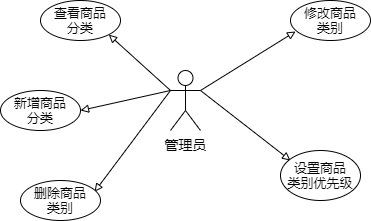
jpl007/HelloGit keeps this draw.io diagram as 管理员用例图.png. Above is the earlier version. Source tidied: cells renumbered, new cells last; positions are measured from the earlier drawing's top-left corner, leaving out a move shared by most shapes.
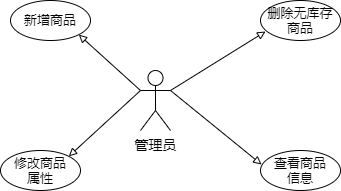
After the change.

What changed in the source:
```diff
@@ -5,7 +5,7 @@
     <mxCell id="2" value="&lt;font style=&quot;font-size: 14px&quot;&gt;管理员&lt;/font&gt;" style="shape=umlActor;verticalLabelPosition=bottom;verticalAlign=top;html=1;outlineConnect=0;" parent="1" vertex="1">
       <mxGeometry x="170" y="70" width="30" height="60" as="geometry" />
     </mxCell>
-    <mxCell id="3" value="&lt;font style=&quot;font-size: 13px&quot;&gt;查看商品&lt;br&gt;分类&lt;/font&gt;" style="ellipse;whiteSpace=wrap;html=1;" parent="1" vertex="1">
+    <mxCell id="3" value="&lt;span style=&quot;font-size: 13px&quot;&gt;新增商品&lt;/span&gt;" style="ellipse;whiteSpace=wrap;html=1;" parent="1" vertex="1">
       <mxGeometry x="40" width="80" height="40" as="geometry" />
     </mxCell>
     <mxCell id="4" style="endArrow=block;html=1;endFill=0;entryX=1;entryY=1;entryDx=0;entryDy=0;" parent="1" edge="1" target="3">
@@ -13,38 +13,25 @@
         <mxPoint x="170" y="90" as="sourcePoint" />
       </mxGeometry>
     </mxCell>
-    <mxCell id="5" style="endArrow=block;html=1;endFill=0;exitX=0;exitY=0.3333333333333333;exitDx=0;exitDy=0;exitPerimeter=0;entryX=1;entryY=0.5;entryDx=0;entryDy=0;" parent="1" edge="1" source="2">
-      <mxGeometry relative="1" as="geometry">
-        <mxPoint x="80" y="110" as="targetPoint" />
-      </mxGeometry>
+    <mxCell id="5" style="endArrow=block;html=1;endFill=0;exitX=0;exitY=0.3333333333333333;exitDx=0;exitDy=0;exitPerimeter=0;entryX=1;entryY=0;entryDx=0;entryDy=0;" parent="1" edge="1" source="2" target="9">
+      <mxGeometry relative="1" as="geometry" />
     </mxCell>
-    <mxCell id="6" style="endArrow=block;html=1;endFill=0;" parent="1" edge="1">
-      <mxGeometry relative="1" as="geometry">
-        <mxPoint x="170" y="90" as="sourcePoint" />
-        <mxPoint x="94" y="191.3" as="targetPoint" />
-      </mxGeometry>
-    </mxCell>
     <mxCell id="7" style="endArrow=block;html=1;endFill=0;entryX=0.063;entryY=0.775;entryDx=0;entryDy=0;entryPerimeter=0;exitX=1;exitY=0.3333333333333333;exitDx=0;exitDy=0;exitPerimeter=0;" parent="1" edge="1" source="2">
       <mxGeometry relative="1" as="geometry">
         <mxPoint x="295" y="31" as="targetPoint" />
       </mxGeometry>
     </mxCell>
-    <mxCell id="8" style="endArrow=block;html=1;endFill=0;exitX=1;exitY=0.3333333333333333;exitDx=0;exitDy=0;exitPerimeter=0;" parent="1" edge="1" source="2">
-      <mxGeometry relative="1" as="geometry">
-        <mxPoint x="290" y="160" as="targetPoint" />
-      </mxGeometry>
+    <mxCell id="8" style="endArrow=block;html=1;endFill=0;exitX=1;exitY=0.3333333333333333;exitDx=0;exitDy=0;exitPerimeter=0;entryX=0.013;entryY=0.35;entryDx=0;entryDy=0;entryPerimeter=0;" parent="1" edge="1" source="2" target="10">
+      <mxGeometry relative="1" as="geometry" />
     </mxCell>
-    <mxCell id="9" value="&lt;font style=&quot;font-size: 13px&quot;&gt;新增商品&lt;br&gt;分类&lt;br&gt;&lt;/font&gt;" style="ellipse;whiteSpace=wrap;html=1;" parent="1" vertex="1">
-      <mxGeometry y="90" width="80" height="40" as="geometry" />
+    <mxCell id="9" value="&lt;font style=&quot;font-size: 13px&quot;&gt;修改商品&lt;br&gt;属性&lt;br&gt;&lt;/font&gt;" style="ellipse;whiteSpace=wrap;html=1;" parent="1" vertex="1">
+      <mxGeometry x="30" y="150" width="80" height="40" as="geometry" />
     </mxCell>
-    <mxCell id="10" value="&lt;font style=&quot;font-size: 13px&quot;&gt;删除商品&lt;br&gt;类别&lt;br&gt;&lt;/font&gt;" style="ellipse;whiteSpace=wrap;html=1;" parent="1" vertex="1">
-      <mxGeometry x="20" y="180" width="80" height="40" as="geometry" />
+    <mxCell id="10" value="&lt;font style=&quot;font-size: 13px&quot;&gt;查看商品&lt;br&gt;信息&lt;br&gt;&lt;/font&gt;" style="ellipse;whiteSpace=wrap;html=1;" parent="1" vertex="1">
+      <mxGeometry x="290" y="150" width="80" height="40" as="geometry" />
     </mxCell>
-    <mxCell id="11" value="&lt;font style=&quot;font-size: 13px&quot;&gt;修改商品&lt;br&gt;类别&lt;br&gt;&lt;/font&gt;" style="ellipse;whiteSpace=wrap;html=1;" parent="1" vertex="1">
+    <mxCell id="11" value="&lt;font style=&quot;font-size: 13px&quot;&gt;删除无库存&lt;br&gt;商品&lt;br&gt;&lt;/font&gt;" style="ellipse;whiteSpace=wrap;html=1;" parent="1" vertex="1">
       <mxGeometry x="290" width="80" height="40" as="geometry" />
     </mxCell>
-    <mxCell id="12" value="&lt;font style=&quot;font-size: 13px&quot;&gt;设置商品&lt;br&gt;类别优先级&lt;/font&gt;" style="ellipse;whiteSpace=wrap;html=1;" parent="1" vertex="1">
-      <mxGeometry x="280" y="150" width="80" height="50" as="geometry" />
-    </mxCell>
   </root>
 </mxGraphModel>
```
